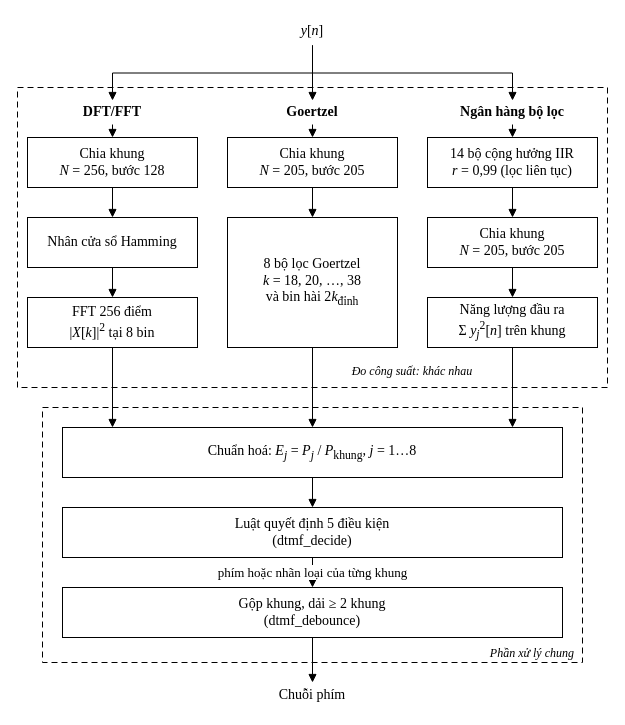
Above: report/template/Figures/drawio/SD_giai_ma_chung.drawio in AIVIETNAM-AIO-DoHongNhat/DTMF (draw.io), before the change. Source tidied: cells renumbered, new cells numbered last; positions are measured from the earlier drawing's top-left corner, leaving out a move shared by most shapes. Both pictures are drawn from the tidied source at 100%, with x=0, y=0 at pixel (17, 17).
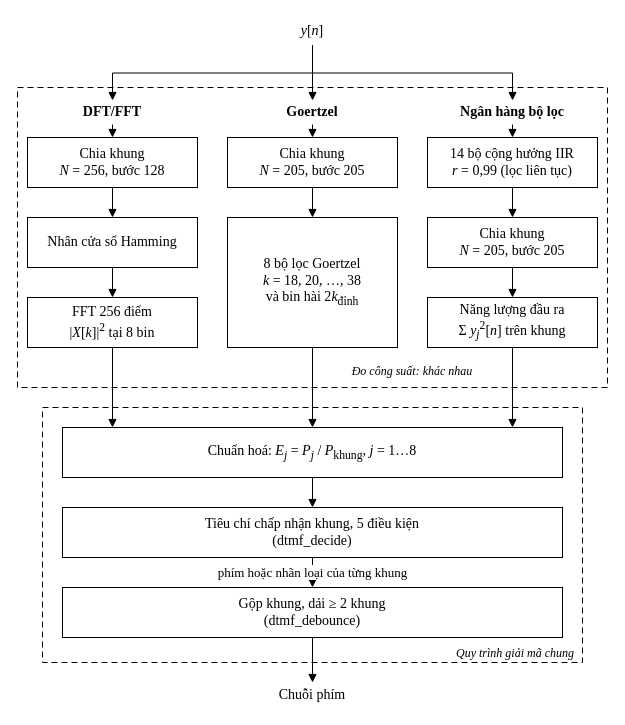
Above is the later version.

Change to the diagram source:
```diff
@@
-    <mxCell id="29" value="Luật quyết định 5 điều kiện&lt;br&gt;(dtmf_decide)" style="rounded=0;whiteSpace=wrap;html=1;strokeColor=#000000;fillColor=#FFFFFF;strokeWidth=1;fontSize=14;fontFamily=Times New Roman;fontColor=#000000;" parent="1" vertex="1">
+    <mxCell id="29" value="Tiêu chí chấp nhận khung, 5 điều kiện&lt;br&gt;(dtmf_decide)" style="rounded=0;whiteSpace=wrap;html=1;strokeColor=#000000;fillColor=#FFFFFF;strokeWidth=1;fontSize=14;fontFamily=Times New Roman;fontColor=#000000;" parent="1" vertex="1">
       <mxGeometry x="45" y="490" width="500" height="50" as="geometry" />
     </mxCell>
@@
-    <mxCell id="37" value="Phần xử lý chung" style="rounded=0;whiteSpace=wrap;html=1;strokeColor=#000000;fillColor=none;dashed=1;dashPattern=6 4;strokeWidth=1;fontSize=12;fontStyle=2;fontFamily=Times New Roman;fontColor=#000000;verticalAlign=bottom;align=right;spacingRight=6;" parent="1" vertex="1">
+    <mxCell id="37" value="Quy trình giải mã chung" style="rounded=0;whiteSpace=wrap;html=1;strokeColor=#000000;fillColor=none;dashed=1;dashPattern=6 4;strokeWidth=1;fontSize=12;fontStyle=2;fontFamily=Times New Roman;fontColor=#000000;verticalAlign=bottom;align=right;spacingRight=6;" parent="1" vertex="1">
       <mxGeometry x="25" y="390" width="540" height="255" as="geometry" />
     </mxCell>
```
